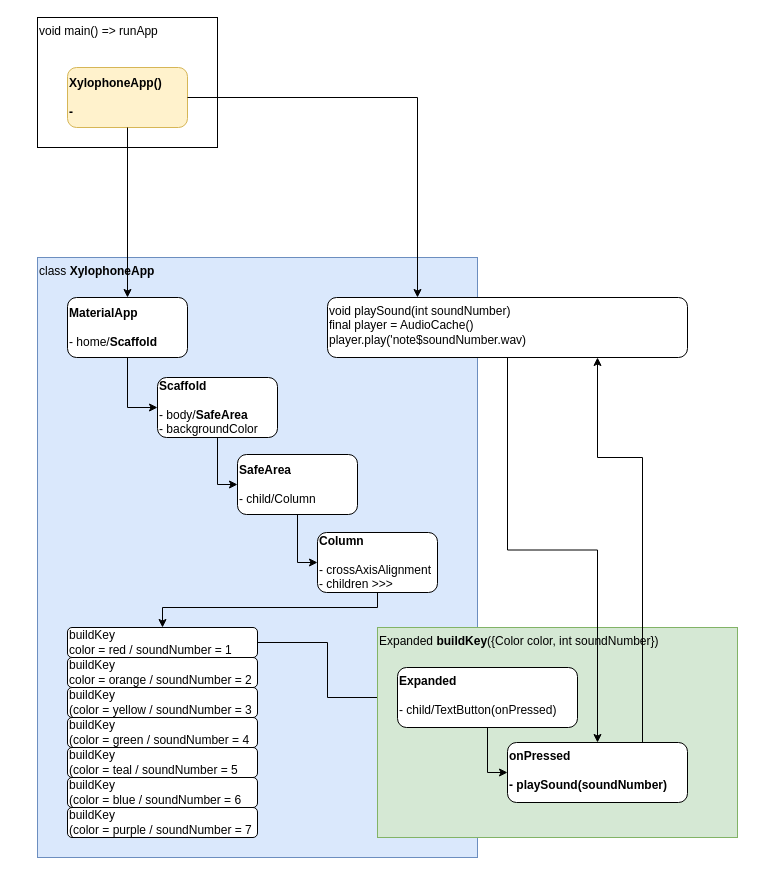
Earlier version of the draw.io diagram ab_xylophone_app.drawio (carlstep/ab_xylophone_app_two). Source tidied: cells renumbered, new cells numbered last; positions are measured from the earlier drawing's top-left corner, leaving out a move shared by most shapes. Both pictures are drawn from the tidied source at 100%, with x=0, y=0 at pixel (37, 17).
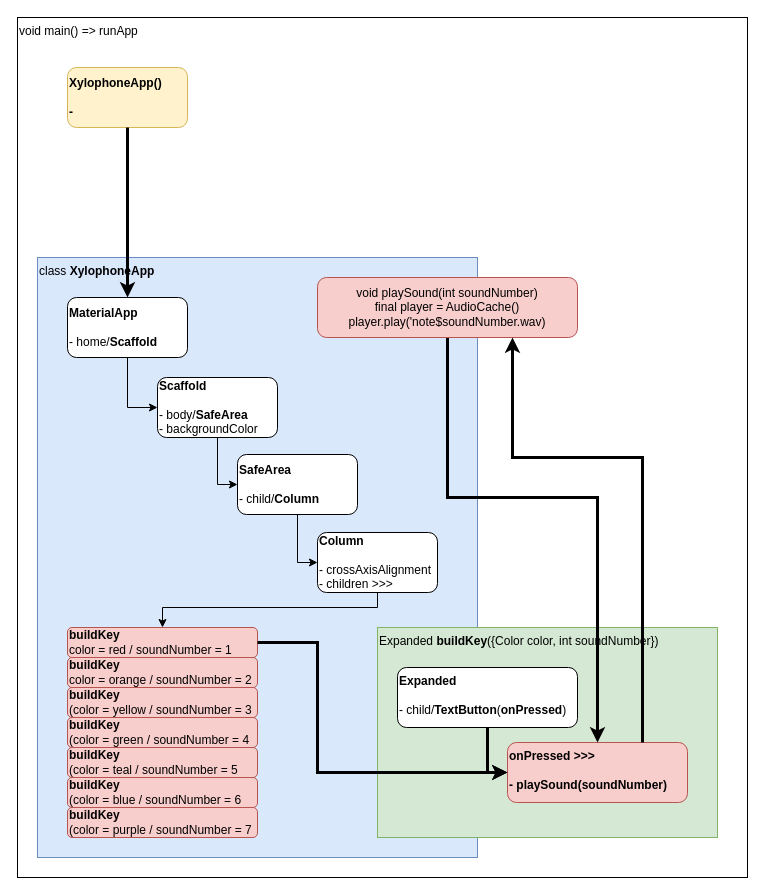
The same diagram, later.

The change refers to these unchanged cells:
```xml
<mxCell id="3" value="&lt;div&gt;&lt;b&gt;XylophoneApp()&lt;/b&gt;&lt;/div&gt;&lt;div&gt;&lt;b&gt;&lt;br&gt;&lt;/b&gt;&lt;/div&gt;&lt;div&gt;&lt;b&gt;- &lt;br&gt;&lt;/b&gt;&lt;/div&gt;" style="rounded=1;whiteSpace=wrap;html=1;align=left;fillColor=#fff2cc;strokeColor=#d6b656;" parent="1" vertex="1">
  <mxGeometry x="30" y="50" width="120" height="60" as="geometry" />
</mxCell>
<mxCell id="6" value="&lt;div&gt;&lt;b&gt;MaterialApp&lt;/b&gt;&lt;/div&gt;&lt;div&gt;&lt;br&gt;&lt;/div&gt;&lt;div&gt;- home/&lt;b&gt;Scaffold&lt;/b&gt;&lt;/div&gt;" style="rounded=1;whiteSpace=wrap;html=1;align=left;" parent="1" vertex="1">
  <mxGeometry x="30" y="280" width="120" height="60" as="geometry" />
</mxCell>
```

Change to the diagram source:
```diff
@@
     <mxCell id="2" value="void main() =&amp;gt; runApp" style="whiteSpace=wrap;html=1;align=left;verticalAlign=top;" parent="1" vertex="1">
-      <mxGeometry width="180" height="130" as="geometry" />
+      <mxGeometry x="-20" width="730" height="860" as="geometry" />
     </mxCell>
@@
-    <mxCell id="10" value="&lt;div&gt;&lt;b&gt;SafeArea&lt;/b&gt;&lt;/div&gt;&lt;div&gt;&lt;br&gt;&lt;/div&gt;&lt;div&gt;- child/Column&lt;/div&gt;" style="rounded=1;whiteSpace=wrap;html=1;align=left;" parent="1" vertex="1">
+    <mxCell id="10" value="&lt;div&gt;&lt;b&gt;SafeArea&lt;/b&gt;&lt;/div&gt;&lt;div&gt;&lt;br&gt;&lt;/div&gt;&lt;div&gt;- child/&lt;b&gt;Column&lt;/b&gt;&lt;/div&gt;" style="rounded=1;whiteSpace=wrap;html=1;align=left;" parent="1" vertex="1">
       <mxGeometry x="200" y="437" width="120" height="60" as="geometry" />
     </mxCell>
@@
-    <mxCell id="13" value="&lt;div&gt;buildKey&lt;/div&gt;&lt;div&gt;color = red / soundNumber = 1&lt;br&gt;&lt;/div&gt;" style="rounded=1;whiteSpace=wrap;html=1;align=left;" parent="1" vertex="1">
+    <mxCell id="13" value="&lt;div&gt;&lt;b&gt;buildKey&lt;/b&gt;&lt;/div&gt;&lt;div&gt;color = red / soundNumber = 1&lt;br&gt;&lt;/div&gt;" style="rounded=1;whiteSpace=wrap;html=1;align=left;fillColor=#f8cecc;strokeColor=#b85450;" parent="1" vertex="1">
       <mxGeometry x="30" y="610" width="190" height="30" as="geometry" />
     </mxCell>
-    <mxCell id="14" value="&lt;div&gt;buildKey&lt;/div&gt;&lt;div&gt;color = orange / soundNumber = 2&lt;br&gt;&lt;/div&gt;" style="rounded=1;whiteSpace=wrap;html=1;align=left;" parent="1" vertex="1">
+    <mxCell id="14" value="&lt;div&gt;&lt;b&gt;buildKey&lt;/b&gt;&lt;/div&gt;&lt;div&gt;color = orange / soundNumber = 2&lt;br&gt;&lt;/div&gt;" style="rounded=1;whiteSpace=wrap;html=1;align=left;fillColor=#f8cecc;strokeColor=#b85450;" parent="1" vertex="1">
       <mxGeometry x="30" y="640" width="190" height="30" as="geometry" />
     </mxCell>
-    <mxCell id="15" value="&lt;div&gt;buildKey&lt;/div&gt;&lt;div&gt;(color = yellow / soundNumber = 3&lt;br&gt;&lt;/div&gt;" style="rounded=1;whiteSpace=wrap;html=1;align=left;" parent="1" vertex="1">
+    <mxCell id="15" value="&lt;div&gt;&lt;b&gt;buildKey&lt;/b&gt;&lt;/div&gt;&lt;div&gt;(color = yellow / soundNumber = 3&lt;br&gt;&lt;/div&gt;" style="rounded=1;whiteSpace=wrap;html=1;align=left;fillColor=#f8cecc;strokeColor=#b85450;" parent="1" vertex="1">
       <mxGeometry x="30" y="670" width="190" height="30" as="geometry" />
     </mxCell>
-    <mxCell id="16" value="&lt;div&gt;buildKey&lt;/div&gt;&lt;div&gt;(color = green / soundNumber = 4&lt;br&gt;&lt;/div&gt;" style="rounded=1;whiteSpace=wrap;html=1;align=left;" parent="1" vertex="1">
+    <mxCell id="16" value="&lt;div&gt;&lt;b&gt;buildKey&lt;/b&gt;&lt;/div&gt;&lt;div&gt;(color = green / soundNumber = 4&lt;br&gt;&lt;/div&gt;" style="rounded=1;whiteSpace=wrap;html=1;align=left;fillColor=#f8cecc;strokeColor=#b85450;" parent="1" vertex="1">
       <mxGeometry x="30" y="700" width="190" height="30" as="geometry" />
     </mxCell>
-    <mxCell id="17" value="&lt;div&gt;buildKey&lt;/div&gt;&lt;div&gt;(color = teal / soundNumber = 5&lt;br&gt;&lt;/div&gt;" style="rounded=1;whiteSpace=wrap;html=1;align=left;" parent="1" vertex="1">
+    <mxCell id="17" value="&lt;div&gt;&lt;b&gt;buildKey&lt;/b&gt;&lt;/div&gt;&lt;div&gt;(color = teal / soundNumber = 5&lt;br&gt;&lt;/div&gt;" style="rounded=1;whiteSpace=wrap;html=1;align=left;fillColor=#f8cecc;strokeColor=#b85450;" parent="1" vertex="1">
       <mxGeometry x="30" y="730" width="190" height="30" as="geometry" />
     </mxCell>
-    <mxCell id="18" value="&lt;div&gt;buildKey&lt;/div&gt;&lt;div&gt;(color = blue / soundNumber = 6&lt;br&gt;&lt;/div&gt;" style="rounded=1;whiteSpace=wrap;html=1;align=left;" parent="1" vertex="1">
+    <mxCell id="18" value="&lt;div&gt;&lt;b&gt;buildKey&lt;/b&gt;&lt;/div&gt;&lt;div&gt;(color = blue / soundNumber = 6&lt;br&gt;&lt;/div&gt;" style="rounded=1;whiteSpace=wrap;html=1;align=left;fillColor=#f8cecc;strokeColor=#b85450;" parent="1" vertex="1">
       <mxGeometry x="30" y="760" width="190" height="30" as="geometry" />
     </mxCell>
-    <mxCell id="19" value="&lt;div&gt;buildKey&lt;/div&gt;&lt;div&gt;(color = purple / soundNumber = 7&lt;br&gt;&lt;/div&gt;" style="rounded=1;whiteSpace=wrap;html=1;align=left;" parent="1" vertex="1">
+    <mxCell id="19" value="&lt;div&gt;&lt;b&gt;buildKey&lt;/b&gt;&lt;/div&gt;&lt;div&gt;(color = purple / soundNumber = 7&lt;br&gt;&lt;/div&gt;" style="rounded=1;whiteSpace=wrap;html=1;align=left;fillColor=#f8cecc;strokeColor=#b85450;" parent="1" vertex="1">
       <mxGeometry x="30" y="790" width="190" height="30" as="geometry" />
     </mxCell>
-    <mxCell id="20" style="edgeStyle=orthogonalEdgeStyle;rounded=0;jettySize=auto;html=1;entryX=0.25;entryY=0;entryDx=0;entryDy=0;" parent="1" edge="1" source="3" target="28">
-      <mxGeometry relative="1" as="geometry" />
-    </mxCell>
-    <mxCell id="21" style="edgeStyle=orthogonalEdgeStyle;rounded=0;jettySize=auto;html=1;entryX=0;entryY=0.5;entryDx=0;entryDy=0;" parent="1" edge="1" source="13" target="24">
-      <mxGeometry relative="1" as="geometry" />
-    </mxCell>
-    <mxCell id="22" style="edgeStyle=orthogonalEdgeStyle;rounded=0;jettySize=auto;html=1;exitX=0.5;exitY=1;exitDx=0;exitDy=0;entryX=0.5;entryY=0;entryDx=0;entryDy=0;" parent="1" edge="1" source="3" target="6">
+    <mxCell id="22" style="edgeStyle=orthogonalEdgeStyle;rounded=0;jettySize=auto;html=1;exitX=0.5;exitY=1;exitDx=0;exitDy=0;entryX=0.5;entryY=0;entryDx=0;entryDy=0;strokeWidth=3;" parent="1" edge="1" source="3" target="6">
       <mxGeometry relative="1" as="geometry" />
     </mxCell>
     <mxCell id="23" value="Expanded &lt;b&gt;buildKey&lt;/b&gt;({Color color, int soundNumber})" style="whiteSpace=wrap;html=1;align=left;verticalAlign=top;fillColor=#d5e8d4;strokeColor=#82b366;" parent="1" vertex="1">
-      <mxGeometry x="340" y="610" width="360" height="210" as="geometry" />
+      <mxGeometry x="340" y="610" width="340" height="210" as="geometry" />
     </mxCell>
-    <mxCell id="24" value="&lt;div&gt;&lt;b&gt;Expanded&lt;/b&gt;&lt;/div&gt;&lt;div&gt;&lt;br&gt;&lt;/div&gt;&lt;div&gt;- child/TextButton(onPressed)&lt;/div&gt;" style="rounded=1;whiteSpace=wrap;html=1;align=left;verticalAlign=top;" parent="1" vertex="1">
+    <mxCell id="24" value="&lt;div&gt;&lt;b&gt;Expanded&lt;/b&gt;&lt;/div&gt;&lt;div&gt;&lt;br&gt;&lt;/div&gt;&lt;div&gt;- child/&lt;b&gt;TextButton&lt;/b&gt;(&lt;b&gt;onPressed&lt;/b&gt;)&lt;/div&gt;" style="rounded=1;whiteSpace=wrap;html=1;align=left;verticalAlign=top;" parent="1" vertex="1">
       <mxGeometry x="360" y="650" width="180" height="60" as="geometry" />
     </mxCell>
-    <mxCell id="25" value="&lt;div&gt;&lt;b&gt;onPressed&lt;/b&gt;&lt;/div&gt;&lt;div&gt;&lt;b&gt;&lt;br&gt;&lt;/b&gt;&lt;/div&gt;&lt;div&gt;&lt;b&gt;- playSound(soundNumber)&lt;br&gt;&lt;/b&gt;&lt;/div&gt;" style="rounded=1;whiteSpace=wrap;html=1;align=left;verticalAlign=top;" parent="1" vertex="1">
+    <mxCell id="25" value="&lt;div&gt;&lt;b&gt;onPressed &amp;gt;&amp;gt;&amp;gt;&lt;br&gt;&lt;/b&gt;&lt;/div&gt;&lt;div&gt;&lt;b&gt;&lt;br&gt;&lt;/b&gt;&lt;/div&gt;&lt;div&gt;&lt;b&gt;- playSound(soundNumber)&lt;br&gt;&lt;/b&gt;&lt;/div&gt;" style="rounded=1;whiteSpace=wrap;html=1;align=left;verticalAlign=top;fillColor=#f8cecc;strokeColor=#b85450;" parent="1" vertex="1">
       <mxGeometry x="470" y="725" width="180" height="60" as="geometry" />
     </mxCell>
-    <mxCell id="26" style="edgeStyle=orthogonalEdgeStyle;rounded=0;jettySize=auto;html=1;exitX=0.5;exitY=1;exitDx=0;exitDy=0;entryX=0;entryY=0.5;entryDx=0;entryDy=0;" parent="1" edge="1" source="24" target="25">
-      <mxGeometry x="360" y="650" as="geometry" />
+    <mxCell id="26" style="edgeStyle=orthogonalEdgeStyle;rounded=0;jettySize=auto;html=1;exitX=0.5;exitY=1;exitDx=0;exitDy=0;entryX=0;entryY=0.5;entryDx=0;entryDy=0;strokeWidth=3;" parent="1" edge="1" source="24" target="25">
+      <mxGeometry x="390" y="650" as="geometry" />
     </mxCell>
-    <mxCell id="27" style="edgeStyle=orthogonalEdgeStyle;rounded=0;jettySize=auto;html=1;" parent="1" edge="1" source="28" target="25">
-      <mxGeometry relative="1" as="geometry" />
+    <mxCell id="27" style="edgeStyle=orthogonalEdgeStyle;rounded=0;jettySize=auto;html=1;strokeWidth=3;" parent="1" edge="1" source="28" target="25">
+      <mxGeometry relative="1" as="geometry">
+        <Array as="points">
+          <mxPoint x="410" y="480" />
+          <mxPoint x="560" y="480" />
+        </Array>
+      </mxGeometry>
     </mxCell>
-    <mxCell id="28" value="&lt;div&gt;void playSound(int soundNumber)&lt;/div&gt;&lt;div&gt;final player = AudioCache()&lt;/div&gt;&lt;div&gt;player.play('note$soundNumber.wav)&lt;/div&gt;" style="rounded=1;whiteSpace=wrap;html=1;align=left;verticalAlign=top;" parent="1" vertex="1">
-      <mxGeometry x="290" y="280" width="360" height="60" as="geometry" />
+    <mxCell id="28" value="&lt;div&gt;void playSound(int soundNumber)&lt;/div&gt;&lt;div&gt;final player = AudioCache()&lt;/div&gt;&lt;div&gt;player.play('note$soundNumber.wav)&lt;/div&gt;" style="rounded=1;whiteSpace=wrap;html=1;align=center;verticalAlign=middle;fillColor=#f8cecc;strokeColor=#b85450;" parent="1" vertex="1">
+      <mxGeometry x="280" y="260" width="260" height="60" as="geometry" />
     </mxCell>
-    <mxCell id="29" style="edgeStyle=orthogonalEdgeStyle;rounded=0;jettySize=auto;html=1;entryX=0.75;entryY=1;entryDx=0;entryDy=0;exitX=0.75;exitY=0;exitDx=0;exitDy=0;" parent="1" edge="1" source="25" target="28">
+    <mxCell id="29" style="edgeStyle=orthogonalEdgeStyle;rounded=0;jettySize=auto;html=1;exitX=0.75;exitY=0;exitDx=0;exitDy=0;strokeWidth=3;entryX=0.75;entryY=1;entryDx=0;entryDy=0;" parent="1" edge="1" source="25" target="28">
       <mxGeometry relative="1" as="geometry">
         <Array as="points">
           <mxPoint x="605" y="440" />
-          <mxPoint x="560" y="440" />
+          <mxPoint x="475" y="440" />
         </Array>
       </mxGeometry>
     </mxCell>
+    <mxCell id="21" style="edgeStyle=orthogonalEdgeStyle;rounded=0;jettySize=auto;html=1;entryX=0;entryY=0.5;entryDx=0;entryDy=0;strokeWidth=3;" parent="1" edge="1" source="13" target="25">
+      <mxGeometry relative="1" as="geometry">
+        <Array as="points">
+          <mxPoint x="280" y="625" />
+          <mxPoint x="280" y="755" />
+        </Array>
+      </mxGeometry>
+    </mxCell>
```
